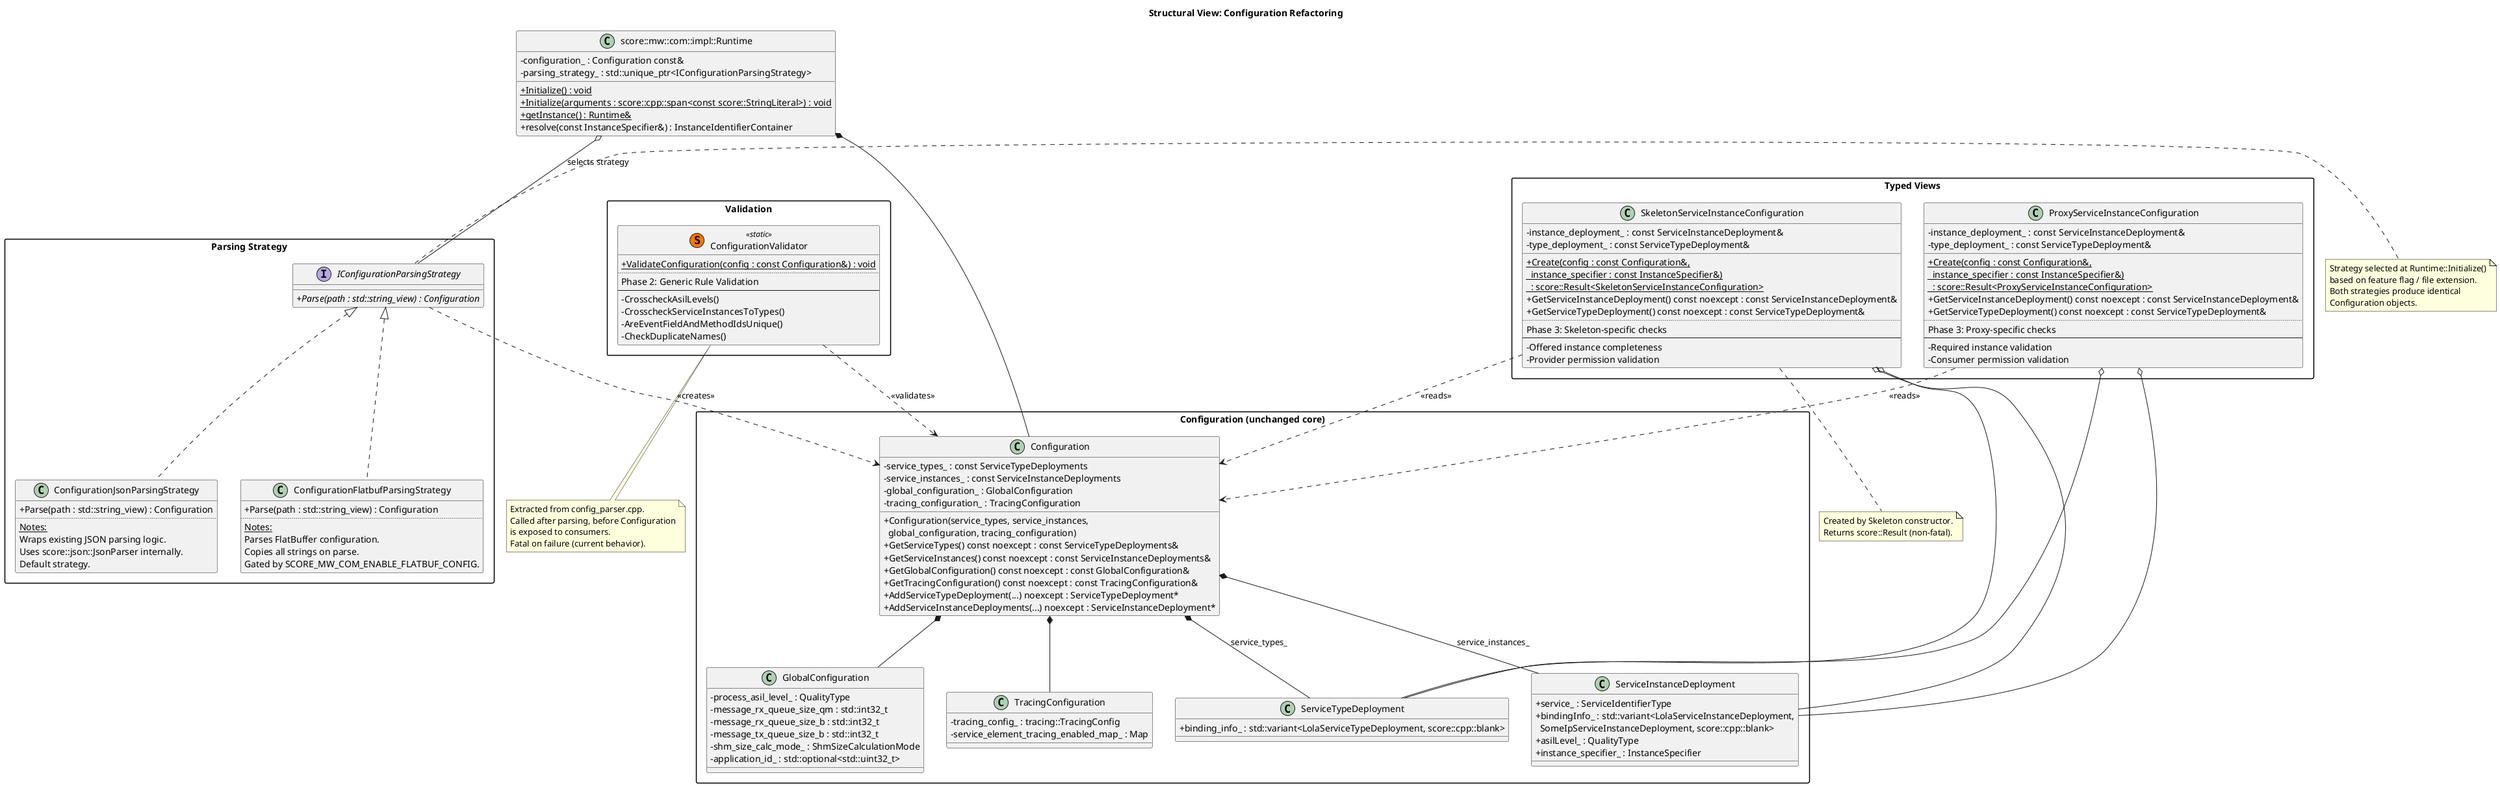
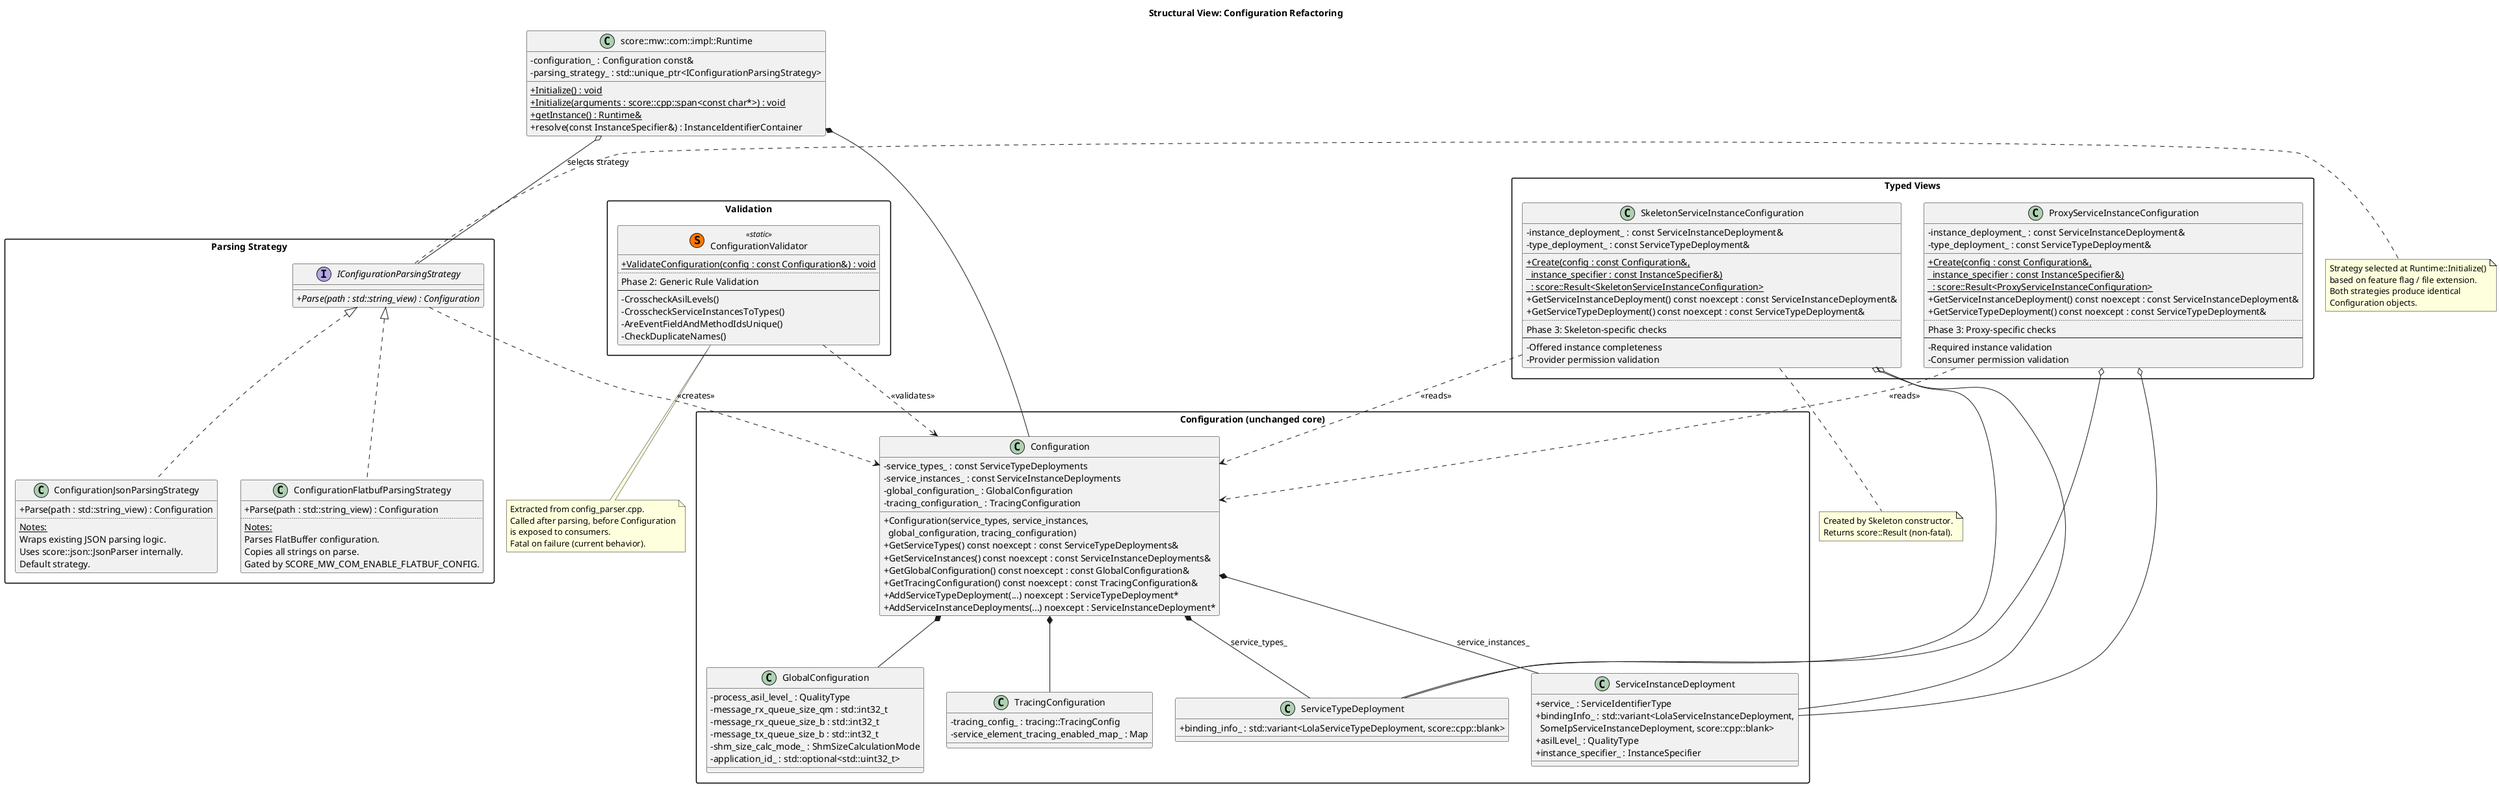
@startuml structural_view_refactored
title "Structural View: Configuration Refactoring"

skinparam packageStyle rectangle
skinparam classAttributeIconSize 0

package "Parsing Strategy" {

  interface "IConfigurationParsingStrategy" {
    + {abstract} Parse(path : std::string_view) : Configuration
  }

  class "ConfigurationJsonParsingStrategy" {
    + Parse(path : std::string_view) : Configuration
    ..
    <u>Notes:</u>
    Wraps existing JSON parsing logic.
    Uses score::json::JsonParser internally.
    Default strategy.
  }

  class "ConfigurationFlatbufParsingStrategy" {
    + Parse(path : std::string_view) : Configuration
    ..
    <u>Notes:</u>
    Parses FlatBuffer configuration.
    Copies all strings on parse.
    Gated by SCORE_MW_COM_ENABLE_FLATBUF_CONFIG.
  }

  "ConfigurationJsonParsingStrategy" .up.|> "IConfigurationParsingStrategy"
  "ConfigurationFlatbufParsingStrategy" .up.|> "IConfigurationParsingStrategy"
}

package "Validation" {

  class "ConfigurationValidator" <<(S,#FF7700) static>> {
    {static} + ValidateConfiguration(config : const Configuration&) : void
    ..
    Phase 2: Generic Rule Validation
    ----
    - CrosscheckAsilLevels()
    - CrosscheckServiceInstancesToTypes()
    - AreEventFieldAndMethodIdsUnique()
    - CheckDuplicateNames()
  }
}

package "Typed Views" {

  class "SkeletonServiceInstanceConfiguration" {
    - instance_deployment_ : const ServiceInstanceDeployment&
    - type_deployment_ : const ServiceTypeDeployment&
    __
    {static} + Create(config : const Configuration&,\n  instance_specifier : const InstanceSpecifier&)\n  : score::Result<SkeletonServiceInstanceConfiguration>
    + GetServiceInstanceDeployment() const noexcept : const ServiceInstanceDeployment&
    + GetServiceTypeDeployment() const noexcept : const ServiceTypeDeployment&
    ..
    Phase 3: Skeleton-specific checks
    ----
    - Offered instance completeness
    - Provider permission validation
  }

  class "ProxyServiceInstanceConfiguration" {
    - instance_deployment_ : const ServiceInstanceDeployment&
    - type_deployment_ : const ServiceTypeDeployment&
    __
    {static} + Create(config : const Configuration&,\n  instance_specifier : const InstanceSpecifier&)\n  : score::Result<ProxyServiceInstanceConfiguration>
    + GetServiceInstanceDeployment() const noexcept : const ServiceInstanceDeployment&
    + GetServiceTypeDeployment() const noexcept : const ServiceTypeDeployment&
    ..
    Phase 3: Proxy-specific checks
    ----
    - Required instance validation
    - Consumer permission validation
  }
}

package "Configuration (unchanged core)" {

  class "Configuration" {
    - service_types_ : const ServiceTypeDeployments
    - service_instances_ : const ServiceInstanceDeployments
    - global_configuration_ : GlobalConfiguration
    - tracing_configuration_ : TracingConfiguration
    __
    + Configuration(service_types, service_instances,\n  global_configuration, tracing_configuration)
    + GetServiceTypes() const noexcept : const ServiceTypeDeployments&
    + GetServiceInstances() const noexcept : const ServiceInstanceDeployments&
    + GetGlobalConfiguration() const noexcept : const GlobalConfiguration&
    + GetTracingConfiguration() const noexcept : const TracingConfiguration&
    + AddServiceTypeDeployment(...) noexcept : ServiceTypeDeployment*
    + AddServiceInstanceDeployments(...) noexcept : ServiceInstanceDeployment*
  }

  class "ServiceTypeDeployment" {
    + binding_info_ : std::variant<LolaServiceTypeDeployment, score::cpp::blank>
  }

  class "ServiceInstanceDeployment" {
    + service_ : ServiceIdentifierType
    + bindingInfo_ : std::variant<LolaServiceInstanceDeployment,\n  SomeIpServiceInstanceDeployment, score::cpp::blank>
    + asilLevel_ : QualityType
    + instance_specifier_ : InstanceSpecifier
  }

  class "GlobalConfiguration" {
    - process_asil_level_ : QualityType
    - message_rx_queue_size_qm : std::int32_t
    - message_rx_queue_size_b : std::int32_t
    - message_tx_queue_size_b : std::int32_t
    - shm_size_calc_mode_ : ShmSizeCalculationMode
    - application_id_ : std::optional<std::uint32_t>
  }

  class "TracingConfiguration" {
    - tracing_config_ : tracing::TracingConfig
    - service_element_tracing_enabled_map_ : Map
  }

  "Configuration" *-- "ServiceTypeDeployment" : service_types_
  "Configuration" *-- "ServiceInstanceDeployment" : service_instances_
  "Configuration" *-- "GlobalConfiguration"
  "Configuration" *-- "TracingConfiguration"
}

class "score::mw::com::impl::Runtime" {
  - configuration_ : Configuration const&
  - parsing_strategy_ : std::unique_ptr<IConfigurationParsingStrategy>
  __
  {static} + Initialize() : void
-   {static} + Initialize(arguments : score::cpp::span<const score::StringLiteral>) : void
+   {static} + Initialize(arguments : score::cpp::span<const char*>) : void
  {static} + getInstance() : Runtime&
  + resolve(const InstanceSpecifier&) : InstanceIdentifierContainer
}

' Relationships
"IConfigurationParsingStrategy" ..> "Configuration" : <<creates>>
"ConfigurationValidator" ..> "Configuration" : <<validates>>
"SkeletonServiceInstanceConfiguration" ..> "Configuration" : <<reads>>
"ProxyServiceInstanceConfiguration" ..> "Configuration" : <<reads>>
"SkeletonServiceInstanceConfiguration" o-- "ServiceInstanceDeployment"
"SkeletonServiceInstanceConfiguration" o-- "ServiceTypeDeployment"
"ProxyServiceInstanceConfiguration" o-- "ServiceInstanceDeployment"
"ProxyServiceInstanceConfiguration" o-- "ServiceTypeDeployment"
"score::mw::com::impl::Runtime" *-- "Configuration"
"score::mw::com::impl::Runtime" o-- "IConfigurationParsingStrategy" : selects strategy

note right of "IConfigurationParsingStrategy"
  Strategy selected at Runtime::Initialize()
  based on feature flag / file extension.
  Both strategies produce identical
  Configuration objects.
end note

note bottom of "ConfigurationValidator"
  Extracted from config_parser.cpp.
  Called after parsing, before Configuration
  is exposed to consumers.
  Fatal on failure (current behavior).
end note

note bottom of "SkeletonServiceInstanceConfiguration"
  Created by Skeleton constructor.
  Returns score::Result (non-fatal).
end note

@enduml
